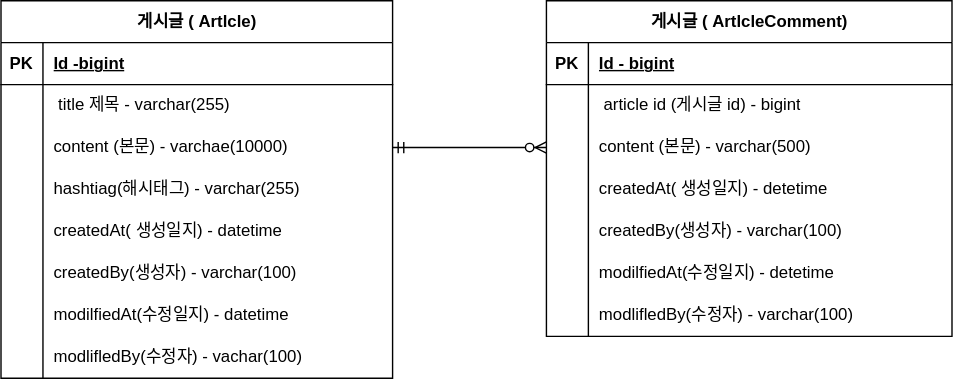
This is document/project-board-erd.svg from snskwhsrud/notice-board, a draw.io export, as it was before one commit. Source tidied: cells renumbered, new cells last; positions are measured from the earlier drawing's top-left corner, leaving out a move shared by most shapes.
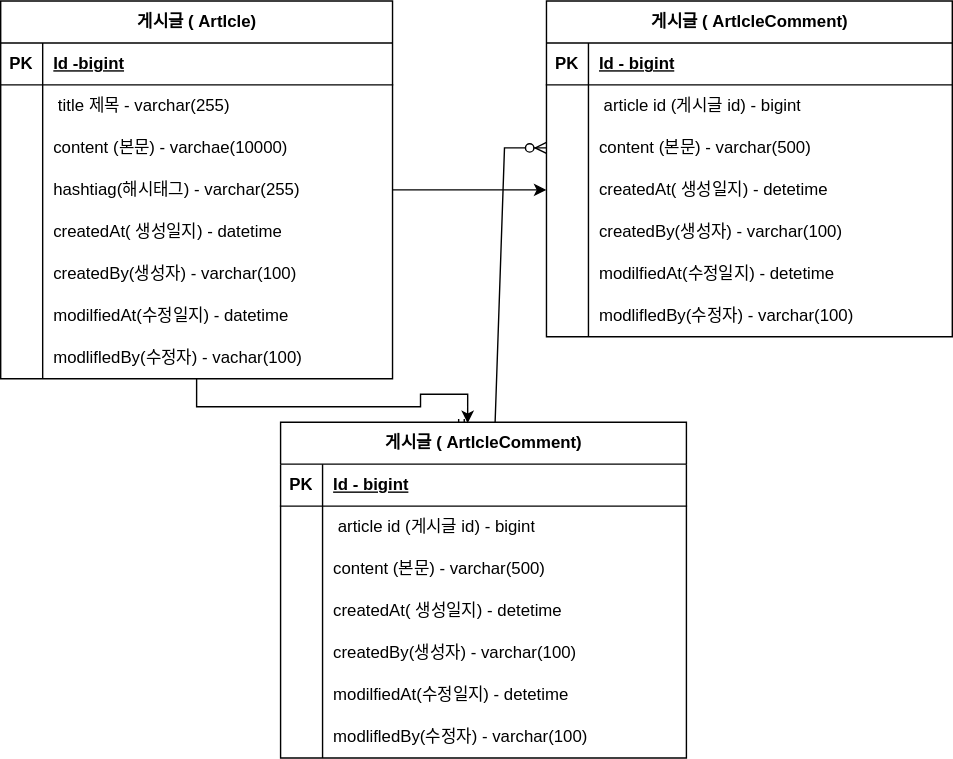
After the commit.

Commit message:
project-board-erd.svg 업데이트 연습

The edit, as a diff of the source:
```diff
@@ -143,7 +143,7 @@
     <mxCell id="48" value="modlifledBy(수정자) - varchar(100)" style="shape=partialRectangle;fillColor=none;top=0;left=0;bottom=0;right=0;align=left;spacingLeft=6;overflow=hidden;whiteSpace=wrap;html=1;" parent="46" vertex="1">
       <mxGeometry x="30" width="260" height="30" as="geometry" />
     </mxCell>
-    <mxCell id="49" style="edgeStyle=entityRelationEdgeStyle;fontSize=12;html=1;endArrow=ERzeroToMany;startArrow=ERmandOne;rounded=0;exitX=1;exitY=0.5;exitDx=0;exitDy=0;entryX=0;entryY=0.5;entryDx=0;entryDy=0;" parent="1" edge="1" source="9" target="34">
+    <mxCell id="49" style="edgeStyle=entityRelationEdgeStyle;fontSize=12;html=1;endArrow=ERzeroToMany;startArrow=ERmandOne;rounded=0;exitX=0.425;exitY=0.007;exitDx=0;exitDy=0;entryX=0;entryY=0.5;entryDx=0;entryDy=0;exitPerimeter=0;" parent="1" edge="1" source="50" target="34">
       <mxGeometry relative="1" as="geometry">
         <Array as="points">
           <mxPoint x="225" y="241" />
@@ -151,5 +151,77 @@
         </Array>
       </mxGeometry>
     </mxCell>
+    <mxCell id="50" value="게시글 ( ArtlcleComment)" style="shape=table;startSize=30;rowLines=0;fontStyle=1;align=center;html=1;" parent="1" vertex="1">
+      <mxGeometry x="200" y="301" width="290" height="240" as="geometry" />
+    </mxCell>
+    <mxCell id="51" style="shape=tableRow;horizontal=0;startSize=0;swimlaneHead=0;swimlaneBody=0;fillColor=none;top=0;left=0;right=0;bottom=1;" parent="50" vertex="1">
+      <mxGeometry y="30" width="290" height="30" as="geometry" />
+    </mxCell>
+    <mxCell id="52" value="PK" style="shape=partialRectangle;fillColor=none;top=0;left=0;bottom=0;right=0;fontStyle=1;overflow=hidden;whiteSpace=wrap;html=1;" parent="51" vertex="1">
+      <mxGeometry width="30" height="30" as="geometry" />
+    </mxCell>
+    <mxCell id="53" value="Id - bigint" style="shape=partialRectangle;fillColor=none;top=0;left=0;bottom=0;right=0;align=left;spacingLeft=6;fontStyle=5;overflow=hidden;whiteSpace=wrap;html=1;" parent="51" vertex="1">
+      <mxGeometry x="30" width="260" height="30" as="geometry" />
+    </mxCell>
+    <mxCell id="54" style="shape=tableRow;horizontal=0;startSize=0;swimlaneHead=0;swimlaneBody=0;fillColor=none;top=0;left=0;right=0;bottom=0;" parent="50" vertex="1">
+      <mxGeometry y="60" width="290" height="30" as="geometry" />
+    </mxCell>
+    <mxCell id="55" style="shape=partialRectangle;fillColor=none;top=0;left=0;bottom=0;right=0;overflow=hidden;whiteSpace=wrap;html=1;" parent="54" vertex="1">
+      <mxGeometry width="30" height="30" as="geometry" />
+    </mxCell>
+    <mxCell id="56" value="&amp;nbsp;article id (게시글 id) - bigint" style="shape=partialRectangle;fillColor=none;top=0;left=0;bottom=0;right=0;align=left;spacingLeft=6;overflow=hidden;whiteSpace=wrap;html=1;" parent="54" vertex="1">
+      <mxGeometry x="30" width="260" height="30" as="geometry" />
+    </mxCell>
+    <mxCell id="57" style="shape=tableRow;horizontal=0;startSize=0;swimlaneHead=0;swimlaneBody=0;fillColor=none;top=0;left=0;right=0;bottom=0;" parent="50" vertex="1">
+      <mxGeometry y="90" width="290" height="30" as="geometry" />
+    </mxCell>
+    <mxCell id="58" style="shape=partialRectangle;fillColor=none;top=0;left=0;bottom=0;right=0;overflow=hidden;whiteSpace=wrap;html=1;" parent="57" vertex="1">
+      <mxGeometry width="30" height="30" as="geometry" />
+    </mxCell>
+    <mxCell id="59" value="content (본문) - varchar(500)" style="shape=partialRectangle;fillColor=none;top=0;left=0;bottom=0;right=0;align=left;spacingLeft=6;overflow=hidden;whiteSpace=wrap;html=1;" parent="57" vertex="1">
+      <mxGeometry x="30" width="260" height="30" as="geometry" />
+    </mxCell>
+    <mxCell id="60" style="shape=tableRow;horizontal=0;startSize=0;swimlaneHead=0;swimlaneBody=0;fillColor=none;top=0;left=0;right=0;bottom=0;" parent="50" vertex="1">
+      <mxGeometry y="120" width="290" height="30" as="geometry" />
+    </mxCell>
+    <mxCell id="61" style="shape=partialRectangle;fillColor=none;top=0;left=0;bottom=0;right=0;overflow=hidden;whiteSpace=wrap;html=1;" parent="60" vertex="1">
+      <mxGeometry width="30" height="30" as="geometry" />
+    </mxCell>
+    <mxCell id="62" value="createdAt( 생성일지) - detetime" style="shape=partialRectangle;fillColor=none;top=0;left=0;bottom=0;right=0;align=left;spacingLeft=6;overflow=hidden;whiteSpace=wrap;html=1;" parent="60" vertex="1">
+      <mxGeometry x="30" width="260" height="30" as="geometry" />
+    </mxCell>
+    <mxCell id="63" style="shape=tableRow;horizontal=0;startSize=0;swimlaneHead=0;swimlaneBody=0;fillColor=none;top=0;left=0;right=0;bottom=0;" parent="50" vertex="1">
+      <mxGeometry y="150" width="290" height="30" as="geometry" />
+    </mxCell>
+    <mxCell id="64" style="shape=partialRectangle;fillColor=none;top=0;left=0;bottom=0;right=0;overflow=hidden;whiteSpace=wrap;html=1;" parent="63" vertex="1">
+      <mxGeometry width="30" height="30" as="geometry" />
+    </mxCell>
+    <mxCell id="65" value="createdBy(생성자) - varchar(100)" style="shape=partialRectangle;fillColor=none;top=0;left=0;bottom=0;right=0;align=left;spacingLeft=6;overflow=hidden;whiteSpace=wrap;html=1;" parent="63" vertex="1">
+      <mxGeometry x="30" width="260" height="30" as="geometry" />
+    </mxCell>
+    <mxCell id="66" style="shape=tableRow;horizontal=0;startSize=0;swimlaneHead=0;swimlaneBody=0;fillColor=none;top=0;left=0;right=0;bottom=0;" parent="50" vertex="1">
+      <mxGeometry y="180" width="290" height="30" as="geometry" />
+    </mxCell>
+    <mxCell id="67" style="shape=partialRectangle;fillColor=none;top=0;left=0;bottom=0;right=0;overflow=hidden;whiteSpace=wrap;html=1;" parent="66" vertex="1">
+      <mxGeometry width="30" height="30" as="geometry" />
+    </mxCell>
+    <mxCell id="68" value="modilfiedAt(수정일지) - detetime" style="shape=partialRectangle;fillColor=none;top=0;left=0;bottom=0;right=0;align=left;spacingLeft=6;overflow=hidden;whiteSpace=wrap;html=1;" parent="66" vertex="1">
+      <mxGeometry x="30" width="260" height="30" as="geometry" />
+    </mxCell>
+    <mxCell id="69" style="shape=tableRow;horizontal=0;startSize=0;swimlaneHead=0;swimlaneBody=0;fillColor=none;top=0;left=0;right=0;bottom=0;" parent="50" vertex="1">
+      <mxGeometry y="210" width="290" height="30" as="geometry" />
+    </mxCell>
+    <mxCell id="70" style="shape=partialRectangle;fillColor=none;top=0;left=0;bottom=0;right=0;overflow=hidden;whiteSpace=wrap;html=1;" parent="69" vertex="1">
+      <mxGeometry width="30" height="30" as="geometry" />
+    </mxCell>
+    <mxCell id="71" value="modlifledBy(수정자) - varchar(100)" style="shape=partialRectangle;fillColor=none;top=0;left=0;bottom=0;right=0;align=left;spacingLeft=6;overflow=hidden;whiteSpace=wrap;html=1;" parent="69" vertex="1">
+      <mxGeometry x="30" width="260" height="30" as="geometry" />
+    </mxCell>
+    <mxCell id="72" style="edgeStyle=orthogonalEdgeStyle;rounded=0;jettySize=auto;html=1;entryX=0.461;entryY=0.003;entryDx=0;entryDy=0;entryPerimeter=0;" parent="1" edge="1" source="2" target="50">
+      <mxGeometry relative="1" as="geometry" />
+    </mxCell>
+    <mxCell id="73" style="edgeStyle=orthogonalEdgeStyle;rounded=0;jettySize=auto;html=1;exitX=1;exitY=0.5;exitDx=0;exitDy=0;entryX=0;entryY=0.5;entryDx=0;entryDy=0;" parent="1" edge="1" source="12" target="37">
+      <mxGeometry relative="1" as="geometry" />
+    </mxCell>
   </root>
 </mxGraphModel>
```
